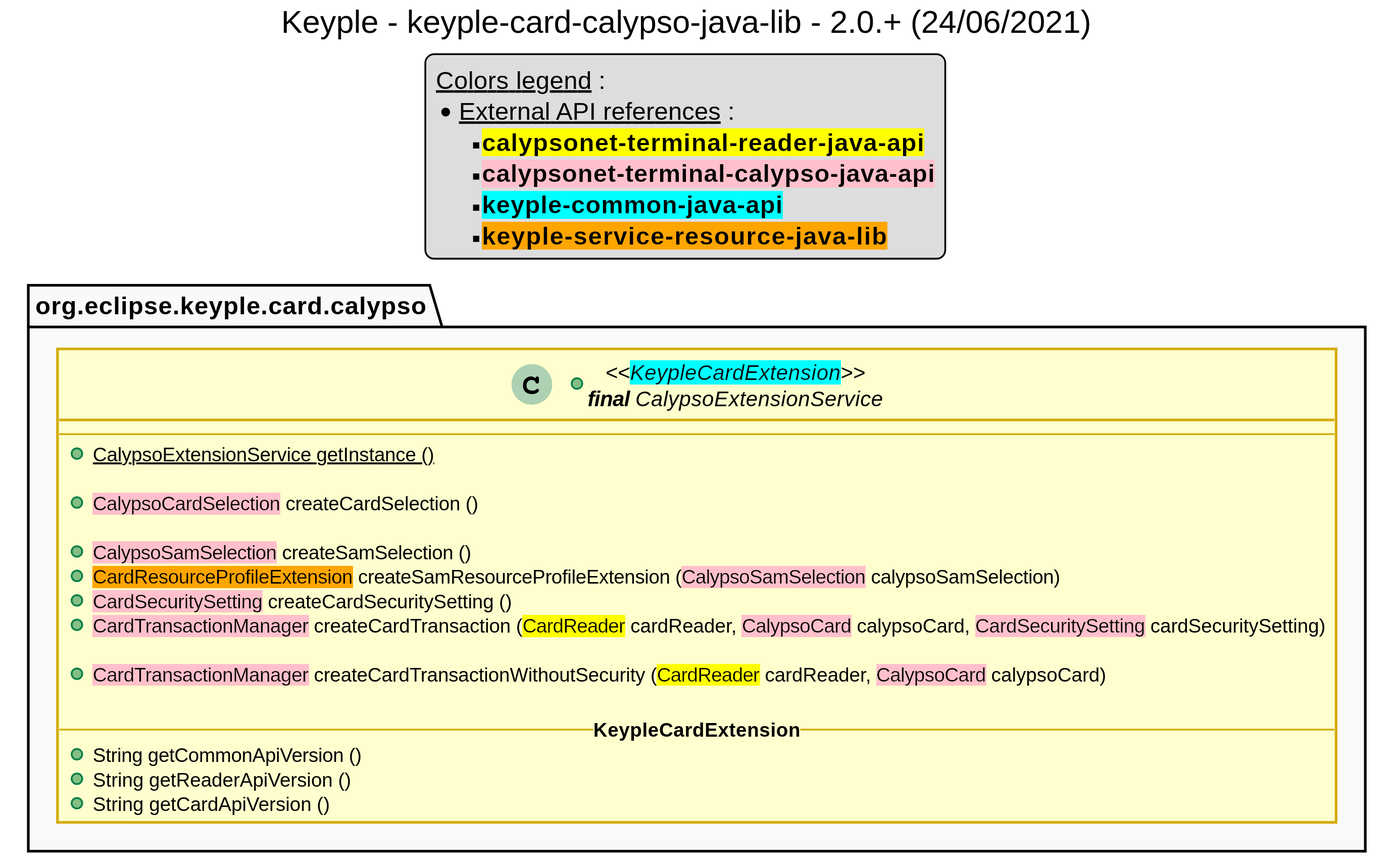
Before: src/main/uml/api_class_diagram.svg, a diagram exported from PlantUML (eclipse-keyple/keyple-card-calypso-java-lib). Source of this version:
```plantuml
@startuml
title
    Keyple - keyple-card-calypso-java-lib - 2.0.+ (24/06/2021)
end title


!define C_GREY1 F8F9F9
!define C_GREY2 F2F3F4
!define C_GREY3 E5E7E9
!define C_GREY4 D7DBDD
!define C_GREY5 CACFD2
!define C_GREY6 BDC3C7
!define C_LINK 3498DB
!define C_USE 27AE60

skinparam Shadowing false
skinparam ClassFontStyle italic
skinparam ClassBorderColor #D4AC0D
skinparam stereotypeABorderColor #A9DCDF
skinparam stereotypeIBorderColor #B4A7E5
skinparam stereotypeCBorderColor #ADD1B2
skinparam stereotypeEBorderColor #EB93DF
skinparam ClassBackgroundColor<<red>> #FDEDEC
skinparam ClassBorderColor<<red>> #E74C3C
hide <<red>> stereotype
skinparam ClassBackgroundColor<<purple>> #F4ECF7
skinparam ClassBorderColor<<purple>> #8E44AD
hide <<purple>> stereotype
skinparam ClassBackgroundColor<<blue>> #EBF5FB
skinparam ClassBorderColor<<blue>> #3498DB
hide <<blue>> stereotype
skinparam ClassBackgroundColor<<green>> #E9F7EF
skinparam ClassBorderColor<<green>> #27AE60
hide <<green>> stereotype
skinparam ClassBackgroundColor<<grey>> #EAECEE
skinparam ClassBorderColor<<grey>> #2C3E50
hide <<grey>> stereotype


legend top
    __Colors legend__ :
    * __External API references__ :
    ** <back:yellow>**calypsonet-terminal-reader-java-api**</back>
    ** <back:pink>**calypsonet-terminal-calypso-java-api**</back>
    ** <back:cyan>**keyple-common-java-api**</back>
    ** <back:orange>**keyple-service-resource-java-lib**</back>
end legend

package "org.eclipse.keyple.card.calypso" as calypso {
    +class "<<<back:cyan>KeypleCardExtension</back>>>\n**final** CalypsoExtensionService" as CalypsoExtensionService {
        --
        +{static} CalypsoExtensionService getInstance ()

        +<back:pink>CalypsoCardSelection</back> createCardSelection ()

        +<back:pink>CalypsoSamSelection</back> createSamSelection ()
        +<back:orange>CardResourceProfileExtension</back> createSamResourceProfileExtension (<back:pink>CalypsoSamSelection</back> calypsoSamSelection)
        +<back:pink>CardSecuritySetting</back> createCardSecuritySetting ()
        +<back:pink>CardTransactionManager</back> createCardTransaction (<back:yellow>CardReader</back> cardReader, <back:pink>CalypsoCard</back> calypsoCard, <back:pink>CardSecuritySetting</back> cardSecuritySetting)

        +<back:pink>CardTransactionManager</back> createCardTransactionWithoutSecurity (<back:yellow>CardReader</back> cardReader, <back:pink>CalypsoCard</back> calypsoCard)

        -- **KeypleCardExtension** --
        +String getCommonApiVersion ()
        +String getReaderApiVersion ()
        +String getCardApiVersion ()
    }
}




package calypso #C_GREY1 {}


@enduml
```
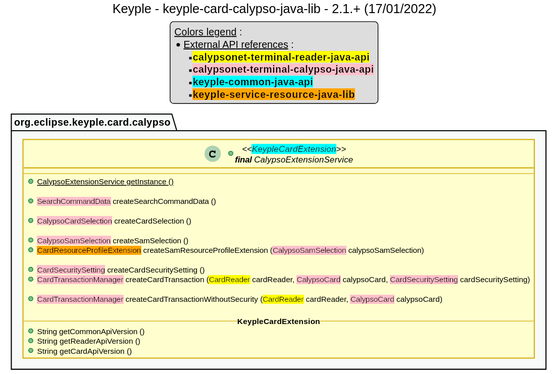
The same file after the commit.

Change to the diagram source:
```diff
@@ -1,6 +1,6 @@
 @startuml
 title
-    Keyple - keyple-card-calypso-java-lib - 2.0.+ (24/06/2021)
+    Keyple - keyple-card-calypso-java-lib - 2.1.+ (17/01/2022)
 end title
 
 
@@ -51,10 +51,13 @@
         --
         +{static} CalypsoExtensionService getInstance ()
 
+        +<back:pink>SearchCommandData</back> createSearchCommandData ()
+
         +<back:pink>CalypsoCardSelection</back> createCardSelection ()
 
         +<back:pink>CalypsoSamSelection</back> createSamSelection ()
         +<back:orange>CardResourceProfileExtension</back> createSamResourceProfileExtension (<back:pink>CalypsoSamSelection</back> calypsoSamSelection)
+
         +<back:pink>CardSecuritySetting</back> createCardSecuritySetting ()
         +<back:pink>CardTransactionManager</back> createCardTransaction (<back:yellow>CardReader</back> cardReader, <back:pink>CalypsoCard</back> calypsoCard, <back:pink>CardSecuritySetting</back> cardSecuritySetting)
 
```
